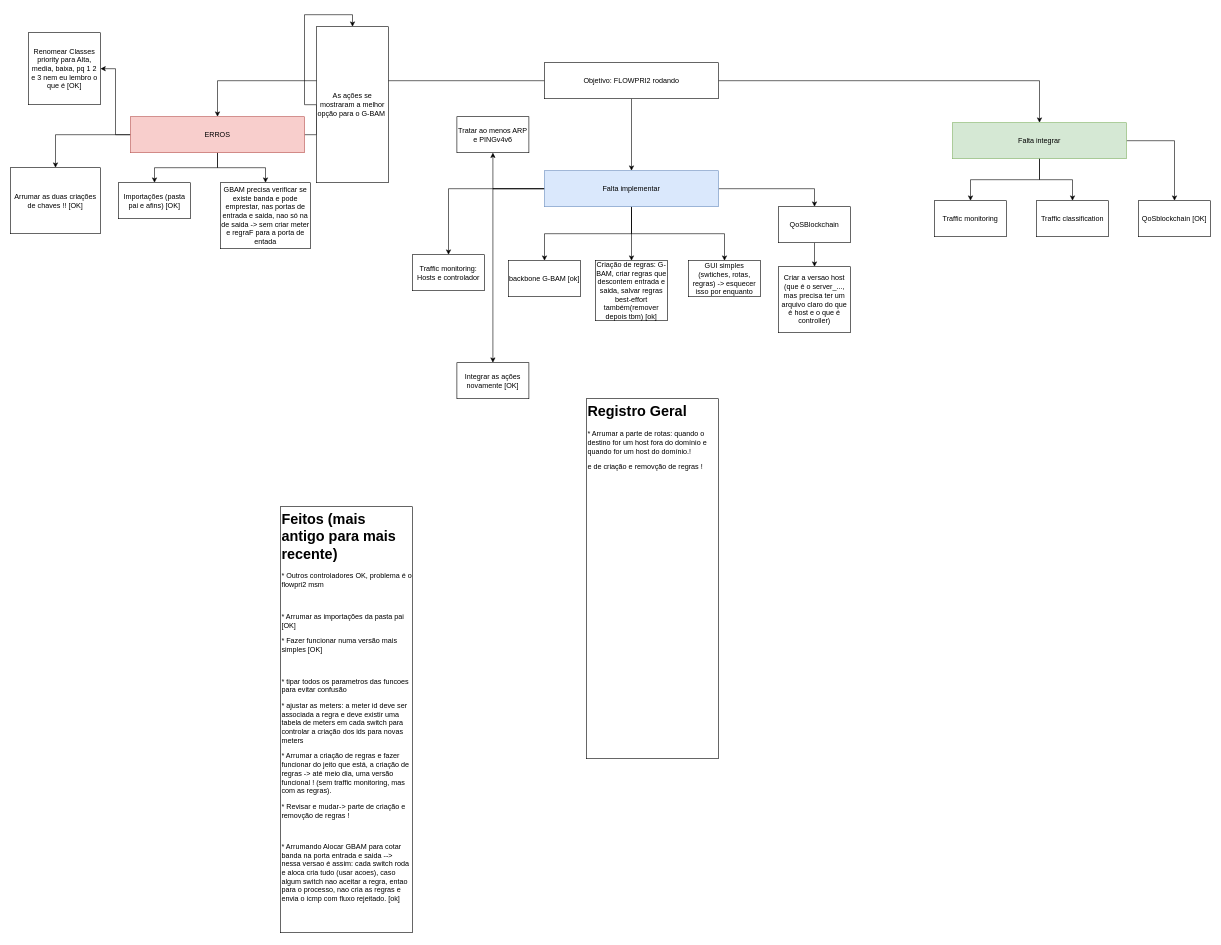
This is page "Implementacao" (1 of 5) of planejamento_diario.drawio from NiltonMocelin/FLOWPRI-SDN2, a draw.io file, before an edit. Source tidied: cells renumbered, new cells numbered last; positions are measured from the earlier drawing's top-left corner, leaving out a move shared by most shapes. Both pictures are drawn from the tidied source at 60%, with x=0, y=0 at pixel (10, 26).
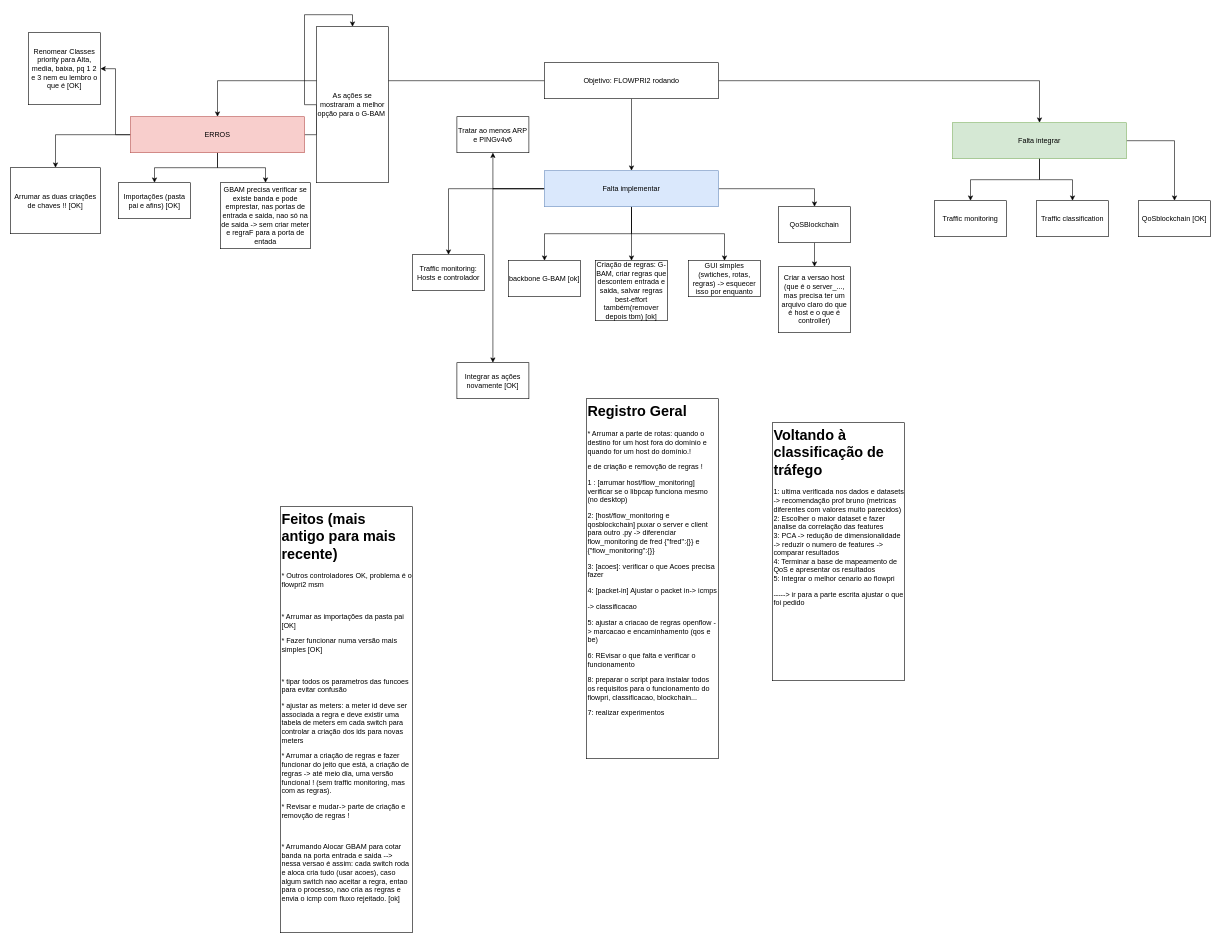
The same diagram, later.

What changed in the source:
```diff
@@
-    <mxCell id="30" value="&lt;h1 style=&quot;margin-top: 0px;&quot;&gt;Registro Geral&lt;/h1&gt;&lt;p&gt;&lt;span style=&quot;background-color: transparent; color: light-dark(rgb(0, 0, 0), rgb(255, 255, 255));&quot;&gt;* Arrumar a parte de rotas: quando o destino for um host fora do domínio e quando for um host do domínio.!&lt;/span&gt;&lt;br&gt;&lt;/p&gt;&lt;p&gt;&lt;span style=&quot;background-color: transparent; color: light-dark(rgb(0, 0, 0), rgb(255, 255, 255));&quot;&gt;e de criação e removção de regras !&amp;nbsp;&lt;/span&gt;&lt;br&gt;&lt;/p&gt;&lt;p&gt;&lt;br&gt;&lt;/p&gt;" style="text;html=1;whiteSpace=wrap;overflow=hidden;rounded=0;strokeColor=default;" parent="1" vertex="1">
+    <mxCell id="30" value="&lt;h1 style=&quot;margin-top: 0px;&quot;&gt;Registro Geral&lt;/h1&gt;&lt;p&gt;&lt;span style=&quot;background-color: transparent; color: light-dark(rgb(0, 0, 0), rgb(255, 255, 255));&quot;&gt;* Arrumar a parte de rotas: quando o destino for um host fora do domínio e quando for um host do domínio.!&lt;/span&gt;&lt;br&gt;&lt;/p&gt;&lt;p&gt;&lt;span style=&quot;background-color: transparent; color: light-dark(rgb(0, 0, 0), rgb(255, 255, 255));&quot;&gt;e de criação e removção de regras !&amp;nbsp;&lt;/span&gt;&lt;br&gt;&lt;/p&gt;&lt;p&gt;1 : [arrumar host/flow_monitoring] verificar se o libpcap funciona mesmo (no desktop)&lt;/p&gt;&lt;p&gt;2: [host/flow_monitoring e qosblockchain] puxar o server e client para outro .py -&amp;gt; diferenciar flow_monitoring de fred {&quot;fred&quot;:{}} e {&quot;flow_monitoring&quot;:{}}&amp;nbsp;&lt;/p&gt;&lt;p&gt;3: [acoes]: verificar o que Acoes precisa fazer&lt;/p&gt;&lt;p&gt;4: [packet-in] Ajustar o packet in-&amp;gt; icmps&lt;/p&gt;&lt;p&gt;-&amp;gt; classificacao&lt;/p&gt;&lt;p&gt;5: ajustar a criacao de regras openflow -&amp;gt; marcacao e encaminhamento (qos e be)&lt;/p&gt;&lt;p&gt;6: REvisar o que falta e verificar o funcionamento&lt;/p&gt;&lt;p&gt;8: preparar o script para instalar todos os requisitos para o funcionamento do flowpri, classificacao, blockchain...&lt;/p&gt;&lt;p&gt;7: realizar experimentos&lt;/p&gt;" style="text;html=1;whiteSpace=wrap;overflow=hidden;rounded=0;strokeColor=default;" parent="1" vertex="1">
       <mxGeometry x="960" y="620" width="220" height="600" as="geometry" />
     </mxCell>
@@
+    <mxCell id="43" value="&lt;h1 style=&quot;margin-top: 0px;&quot;&gt;Voltando à classificação de tráfego&lt;/h1&gt;&lt;div&gt;1: ultima verificada nos dados e datasets -&amp;gt; recomendação prof bruno (metricas diferentes com valores muito parecidos)&lt;/div&gt;&lt;div&gt;2: Escolher o maior dataset e fazer analise da correlação das features&lt;/div&gt;&lt;div&gt;3: PCA -&amp;gt; redução de dimensionalidade -&amp;gt;&amp;nbsp;&lt;span style=&quot;background-color: transparent; color: light-dark(rgb(0, 0, 0), rgb(255, 255, 255));&quot;&gt;reduzir o numero de features -&amp;gt; comparar resultados&lt;/span&gt;&lt;/div&gt;&lt;div&gt;&lt;span style=&quot;background-color: transparent; color: light-dark(rgb(0, 0, 0), rgb(255, 255, 255));&quot;&gt;4: Terminar a base de mapeamento de QoS e apresentar os resultados&lt;/span&gt;&lt;/div&gt;&lt;div&gt;&lt;span style=&quot;background-color: transparent; color: light-dark(rgb(0, 0, 0), rgb(255, 255, 255));&quot;&gt;5: Integrar o melhor cenario ao flowpri&lt;/span&gt;&lt;/div&gt;&lt;p&gt;-----&amp;gt; ir para a parte escrita ajustar o que foi pedido&lt;/p&gt;" style="text;html=1;whiteSpace=wrap;overflow=hidden;rounded=0;strokeColor=default;" parent="1" vertex="1">
+      <mxGeometry x="1270" y="660" width="220" height="430" as="geometry" />
+    </mxCell>
```
